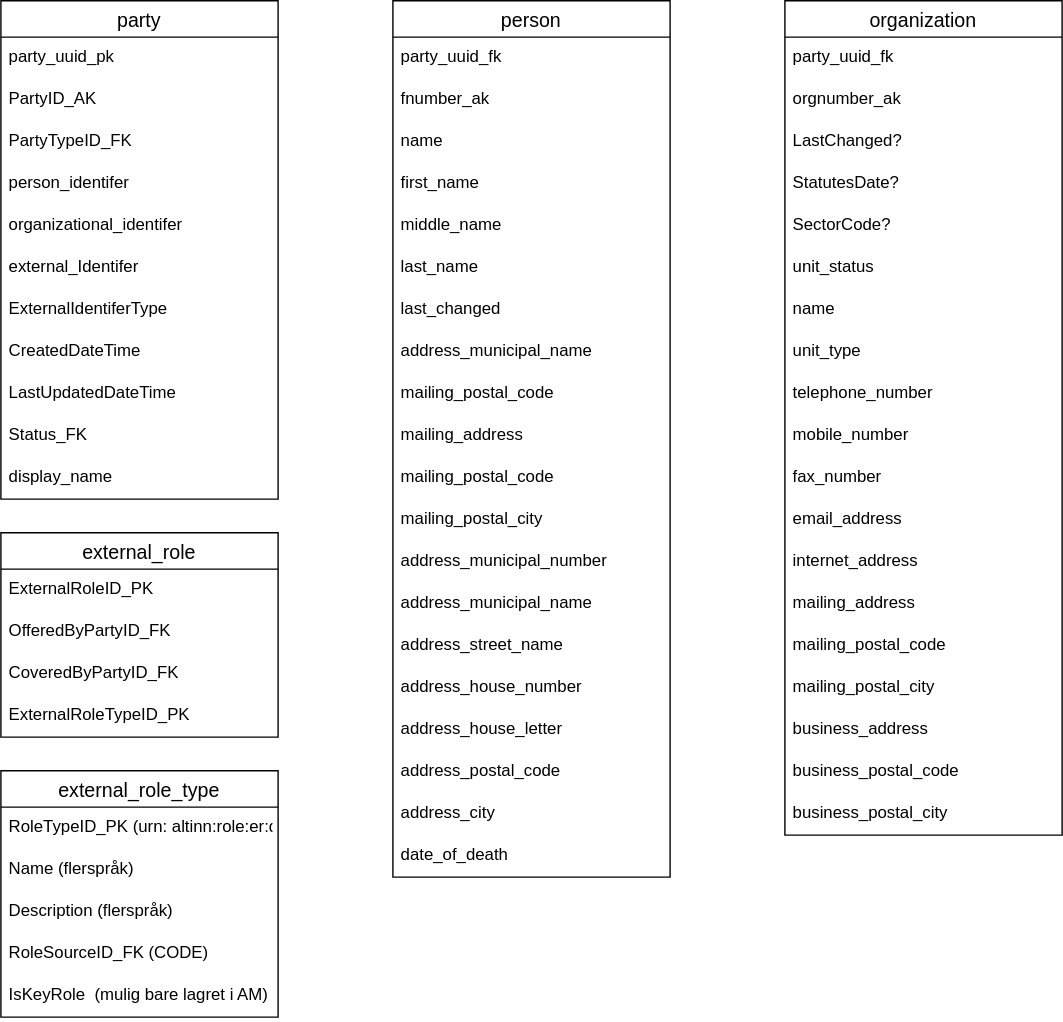
Earlier version of the draw.io export content/technology/solutions/altinn-platform/register/dbdesignaltinn3.drawio.svg (Altinn/altinn-studio-docs). Source tidied: cells renumbered, new cells last; positions are measured from the earlier drawing's top-left corner, leaving out a move shared by most shapes.
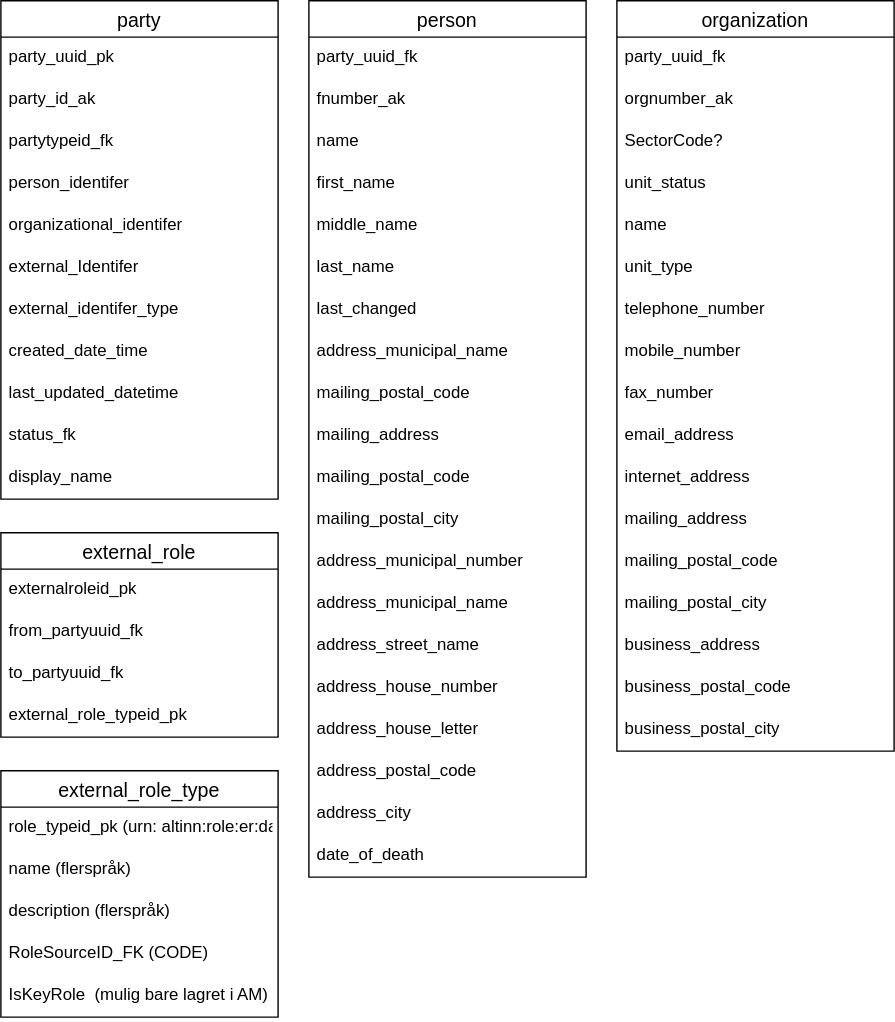
After the change.

Diff of the diagram source:
```diff
@@ -8,10 +8,10 @@
     <mxCell id="3" value="party_uuid_pk" style="text;strokeColor=none;fillColor=none;spacingLeft=4;spacingRight=4;overflow=hidden;fontSize=12;" parent="2" vertex="1">
       <mxGeometry y="26" width="198" height="30" as="geometry" />
     </mxCell>
-    <mxCell id="4" value="PartyID_AK" style="text;strokeColor=none;fillColor=none;spacingLeft=4;spacingRight=4;overflow=hidden;fontSize=12;" parent="2" vertex="1">
+    <mxCell id="4" value="party_id_ak" style="text;strokeColor=none;fillColor=none;spacingLeft=4;spacingRight=4;overflow=hidden;fontSize=12;" parent="2" vertex="1">
       <mxGeometry y="56" width="198" height="30" as="geometry" />
     </mxCell>
-    <mxCell id="5" value="PartyTypeID_FK" style="text;strokeColor=none;fillColor=none;spacingLeft=4;spacingRight=4;overflow=hidden;fontSize=12;" parent="2" vertex="1">
+    <mxCell id="5" value="partytypeid_fk" style="text;strokeColor=none;fillColor=none;spacingLeft=4;spacingRight=4;overflow=hidden;fontSize=12;" parent="2" vertex="1">
       <mxGeometry y="86" width="198" height="30" as="geometry" />
     </mxCell>
     <mxCell id="6" value="person_identifer" style="text;strokeColor=none;fillColor=none;spacingLeft=4;spacingRight=4;overflow=hidden;fontSize=12;" parent="2" vertex="1">
@@ -23,23 +23,23 @@
     <mxCell id="8" value="external_Identifer" style="text;strokeColor=none;fillColor=none;spacingLeft=4;spacingRight=4;overflow=hidden;fontSize=12;" parent="2" vertex="1">
       <mxGeometry y="176" width="198" height="30" as="geometry" />
     </mxCell>
-    <mxCell id="9" value="ExternalIdentiferType" style="text;strokeColor=none;fillColor=none;spacingLeft=4;spacingRight=4;overflow=hidden;fontSize=12;" parent="2" vertex="1">
+    <mxCell id="9" value="external_identifer_type" style="text;strokeColor=none;fillColor=none;spacingLeft=4;spacingRight=4;overflow=hidden;fontSize=12;" parent="2" vertex="1">
       <mxGeometry y="206" width="198" height="30" as="geometry" />
     </mxCell>
-    <mxCell id="10" value="CreatedDateTime" style="text;strokeColor=none;fillColor=none;spacingLeft=4;spacingRight=4;overflow=hidden;fontSize=12;" parent="2" vertex="1">
+    <mxCell id="10" value="created_date_time" style="text;strokeColor=none;fillColor=none;spacingLeft=4;spacingRight=4;overflow=hidden;fontSize=12;" parent="2" vertex="1">
       <mxGeometry y="236" width="198" height="30" as="geometry" />
     </mxCell>
-    <mxCell id="11" value="LastUpdatedDateTime" style="text;strokeColor=none;fillColor=none;spacingLeft=4;spacingRight=4;overflow=hidden;fontSize=12;" parent="2" vertex="1">
+    <mxCell id="11" value="last_updated_datetime" style="text;strokeColor=none;fillColor=none;spacingLeft=4;spacingRight=4;overflow=hidden;fontSize=12;" parent="2" vertex="1">
       <mxGeometry y="266" width="198" height="30" as="geometry" />
     </mxCell>
-    <mxCell id="12" value="Status_FK&#10;" style="text;strokeColor=none;fillColor=none;spacingLeft=4;spacingRight=4;overflow=hidden;fontSize=12;" parent="2" vertex="1">
+    <mxCell id="12" value="status_fk&#10;" style="text;strokeColor=none;fillColor=none;spacingLeft=4;spacingRight=4;overflow=hidden;fontSize=12;" parent="2" vertex="1">
       <mxGeometry y="296" width="198" height="30" as="geometry" />
     </mxCell>
     <mxCell id="13" value="display_name" style="text;strokeColor=none;fillColor=none;spacingLeft=4;spacingRight=4;overflow=hidden;fontSize=12;" parent="2" vertex="1">
       <mxGeometry y="326" width="198" height="30" as="geometry" />
     </mxCell>
     <mxCell id="14" value="person" style="swimlane;fontStyle=0;horizontal=1;startSize=26;align=center;fontSize=14;" parent="1" vertex="1">
-      <mxGeometry x="280" width="198" height="626" as="geometry" />
+      <mxGeometry x="220" width="198" height="626" as="geometry" />
     </mxCell>
     <mxCell id="15" value="party_uuid_fk" style="text;strokeColor=none;fillColor=none;spacingLeft=4;spacingRight=4;overflow=hidden;fontSize=12;" parent="14" vertex="1">
       <mxGeometry y="26" width="198" height="30" as="geometry" />
@@ -102,7 +102,7 @@
       <mxGeometry y="596" width="198" height="30" as="geometry" />
     </mxCell>
     <mxCell id="35" value="organization" style="swimlane;fontStyle=0;horizontal=1;startSize=26;align=center;fontSize=14;" parent="1" vertex="1">
-      <mxGeometry x="560" width="198" height="596" as="geometry" />
+      <mxGeometry x="440" width="198" height="536" as="geometry" />
     </mxCell>
     <mxCell id="36" value="party_uuid_fk" style="text;strokeColor=none;fillColor=none;spacingLeft=4;spacingRight=4;overflow=hidden;fontSize=12;" parent="35" vertex="1">
       <mxGeometry y="26" width="198" height="30" as="geometry" />
@@ -110,82 +110,76 @@
     <mxCell id="37" value="orgnumber_ak" style="text;strokeColor=none;fillColor=none;spacingLeft=4;spacingRight=4;overflow=hidden;fontSize=12;" parent="35" vertex="1">
       <mxGeometry y="56" width="198" height="30" as="geometry" />
     </mxCell>
-    <mxCell id="38" value="LastChanged?" style="text;strokeColor=none;fillColor=none;spacingLeft=4;spacingRight=4;overflow=hidden;fontSize=12;" parent="35" vertex="1">
-      <mxGeometry y="86" width="198" height="30" as="geometry" />
-    </mxCell>
-    <mxCell id="39" value="StatutesDate?" style="text;strokeColor=none;fillColor=none;spacingLeft=4;spacingRight=4;overflow=hidden;fontSize=12;" parent="35" vertex="1">
-      <mxGeometry y="116" width="198" height="30" as="geometry" />
-    </mxCell>
     <mxCell id="40" value="SectorCode?" style="text;strokeColor=none;fillColor=none;spacingLeft=4;spacingRight=4;overflow=hidden;fontSize=12;" parent="35" vertex="1">
-      <mxGeometry y="146" width="198" height="30" as="geometry" />
+      <mxGeometry y="86" width="198" height="30" as="geometry" />
     </mxCell>
     <mxCell id="41" value="unit_status" style="text;strokeColor=none;fillColor=none;spacingLeft=4;spacingRight=4;overflow=hidden;fontSize=12;" parent="35" vertex="1">
-      <mxGeometry y="176" width="198" height="30" as="geometry" />
+      <mxGeometry y="116" width="198" height="30" as="geometry" />
     </mxCell>
     <mxCell id="42" value="name" style="text;strokeColor=none;fillColor=none;spacingLeft=4;spacingRight=4;overflow=hidden;fontSize=12;" parent="35" vertex="1">
-      <mxGeometry y="206" width="198" height="30" as="geometry" />
+      <mxGeometry y="146" width="198" height="30" as="geometry" />
     </mxCell>
     <mxCell id="43" value="unit_type" style="text;strokeColor=none;fillColor=none;spacingLeft=4;spacingRight=4;overflow=hidden;fontSize=12;" parent="35" vertex="1">
-      <mxGeometry y="236" width="198" height="30" as="geometry" />
+      <mxGeometry y="176" width="198" height="30" as="geometry" />
     </mxCell>
     <mxCell id="44" value="telephone_number" style="text;strokeColor=none;fillColor=none;spacingLeft=4;spacingRight=4;overflow=hidden;fontSize=12;" parent="35" vertex="1">
-      <mxGeometry y="266" width="198" height="30" as="geometry" />
+      <mxGeometry y="206" width="198" height="30" as="geometry" />
     </mxCell>
     <mxCell id="45" value="mobile_number" style="text;strokeColor=none;fillColor=none;spacingLeft=4;spacingRight=4;overflow=hidden;fontSize=12;" parent="35" vertex="1">
-      <mxGeometry y="296" width="198" height="30" as="geometry" />
+      <mxGeometry y="236" width="198" height="30" as="geometry" />
     </mxCell>
     <mxCell id="46" value="fax_number" style="text;strokeColor=none;fillColor=none;spacingLeft=4;spacingRight=4;overflow=hidden;fontSize=12;" parent="35" vertex="1">
-      <mxGeometry y="326" width="198" height="30" as="geometry" />
+      <mxGeometry y="266" width="198" height="30" as="geometry" />
     </mxCell>
     <mxCell id="47" value="email_address" style="text;strokeColor=none;fillColor=none;spacingLeft=4;spacingRight=4;overflow=hidden;fontSize=12;" parent="35" vertex="1">
-      <mxGeometry y="356" width="198" height="30" as="geometry" />
+      <mxGeometry y="296" width="198" height="30" as="geometry" />
     </mxCell>
     <mxCell id="48" value="internet_address" style="text;strokeColor=none;fillColor=none;spacingLeft=4;spacingRight=4;overflow=hidden;fontSize=12;" parent="35" vertex="1">
-      <mxGeometry y="386" width="198" height="30" as="geometry" />
+      <mxGeometry y="326" width="198" height="30" as="geometry" />
     </mxCell>
     <mxCell id="49" value="mailing_address " style="text;strokeColor=none;fillColor=none;spacingLeft=4;spacingRight=4;overflow=hidden;fontSize=12;" parent="35" vertex="1">
-      <mxGeometry y="416" width="198" height="30" as="geometry" />
+      <mxGeometry y="356" width="198" height="30" as="geometry" />
     </mxCell>
     <mxCell id="50" value="mailing_postal_code " style="text;strokeColor=none;fillColor=none;spacingLeft=4;spacingRight=4;overflow=hidden;fontSize=12;" parent="35" vertex="1">
-      <mxGeometry y="446" width="198" height="30" as="geometry" />
+      <mxGeometry y="386" width="198" height="30" as="geometry" />
     </mxCell>
     <mxCell id="51" value="mailing_postal_city " style="text;strokeColor=none;fillColor=none;spacingLeft=4;spacingRight=4;overflow=hidden;fontSize=12;" parent="35" vertex="1">
-      <mxGeometry y="476" width="198" height="30" as="geometry" />
+      <mxGeometry y="416" width="198" height="30" as="geometry" />
     </mxCell>
     <mxCell id="52" value="business_address" style="text;strokeColor=none;fillColor=none;spacingLeft=4;spacingRight=4;overflow=hidden;fontSize=12;" parent="35" vertex="1">
-      <mxGeometry y="506" width="198" height="30" as="geometry" />
+      <mxGeometry y="446" width="198" height="30" as="geometry" />
     </mxCell>
     <mxCell id="53" value="business_postal_code" style="text;strokeColor=none;fillColor=none;spacingLeft=4;spacingRight=4;overflow=hidden;fontSize=12;" parent="35" vertex="1">
-      <mxGeometry y="536" width="198" height="30" as="geometry" />
+      <mxGeometry y="476" width="198" height="30" as="geometry" />
     </mxCell>
     <mxCell id="54" value="business_postal_city" style="text;strokeColor=none;fillColor=none;spacingLeft=4;spacingRight=4;overflow=hidden;fontSize=12;" parent="35" vertex="1">
-      <mxGeometry y="566" width="198" height="30" as="geometry" />
+      <mxGeometry y="506" width="198" height="30" as="geometry" />
     </mxCell>
     <mxCell id="55" value="external_role" style="swimlane;fontStyle=0;horizontal=1;startSize=26;align=center;fontSize=14;" parent="1" vertex="1">
       <mxGeometry y="380" width="198" height="146" as="geometry" />
     </mxCell>
-    <mxCell id="56" value="ExternalRoleID_PK" style="text;strokeColor=none;fillColor=none;spacingLeft=4;spacingRight=4;overflow=hidden;fontSize=12;" parent="55" vertex="1">
+    <mxCell id="56" value="externalroleid_pk" style="text;strokeColor=none;fillColor=none;spacingLeft=4;spacingRight=4;overflow=hidden;fontSize=12;" parent="55" vertex="1">
       <mxGeometry y="26" width="198" height="30" as="geometry" />
     </mxCell>
-    <mxCell id="57" value="OfferedByPartyID_FK" style="text;strokeColor=none;fillColor=none;spacingLeft=4;spacingRight=4;overflow=hidden;fontSize=12;" parent="55" vertex="1">
+    <mxCell id="57" value="from_partyuuid_fk" style="text;strokeColor=none;fillColor=none;spacingLeft=4;spacingRight=4;overflow=hidden;fontSize=12;" parent="55" vertex="1">
       <mxGeometry y="56" width="198" height="30" as="geometry" />
     </mxCell>
-    <mxCell id="58" value="CoveredByPartyID_FK" style="text;strokeColor=none;fillColor=none;spacingLeft=4;spacingRight=4;overflow=hidden;fontSize=12;" parent="55" vertex="1">
+    <mxCell id="58" value="to_partyuuid_fk" style="text;strokeColor=none;fillColor=none;spacingLeft=4;spacingRight=4;overflow=hidden;fontSize=12;" parent="55" vertex="1">
       <mxGeometry y="86" width="198" height="30" as="geometry" />
     </mxCell>
-    <mxCell id="59" value="ExternalRoleTypeID_PK" style="text;strokeColor=none;fillColor=none;spacingLeft=4;spacingRight=4;overflow=hidden;fontSize=12;" parent="55" vertex="1">
+    <mxCell id="59" value="external_role_typeid_pk" style="text;strokeColor=none;fillColor=none;spacingLeft=4;spacingRight=4;overflow=hidden;fontSize=12;" parent="55" vertex="1">
       <mxGeometry y="116" width="198" height="30" as="geometry" />
     </mxCell>
     <mxCell id="60" value="external_role_type" style="swimlane;fontStyle=0;horizontal=1;startSize=26;align=center;fontSize=14;" parent="1" vertex="1">
       <mxGeometry y="550" width="198" height="176" as="geometry" />
     </mxCell>
-    <mxCell id="61" value="RoleTypeID_PK (urn: altinn:role:er:dagl)" style="text;strokeColor=none;fillColor=none;spacingLeft=4;spacingRight=4;overflow=hidden;fontSize=12;" parent="60" vertex="1">
+    <mxCell id="61" value="role_typeid_pk (urn: altinn:role:er:dagl)" style="text;strokeColor=none;fillColor=none;spacingLeft=4;spacingRight=4;overflow=hidden;fontSize=12;" parent="60" vertex="1">
       <mxGeometry y="26" width="198" height="30" as="geometry" />
     </mxCell>
-    <mxCell id="62" value="Name (flerspråk)" style="text;strokeColor=none;fillColor=none;spacingLeft=4;spacingRight=4;overflow=hidden;fontSize=12;" parent="60" vertex="1">
+    <mxCell id="62" value="name (flerspråk)" style="text;strokeColor=none;fillColor=none;spacingLeft=4;spacingRight=4;overflow=hidden;fontSize=12;" parent="60" vertex="1">
       <mxGeometry y="56" width="198" height="30" as="geometry" />
     </mxCell>
-    <mxCell id="63" value="Description (flerspråk)" style="text;strokeColor=none;fillColor=none;spacingLeft=4;spacingRight=4;overflow=hidden;fontSize=12;" parent="60" vertex="1">
+    <mxCell id="63" value="description (flerspråk)" style="text;strokeColor=none;fillColor=none;spacingLeft=4;spacingRight=4;overflow=hidden;fontSize=12;" parent="60" vertex="1">
       <mxGeometry y="86" width="198" height="30" as="geometry" />
     </mxCell>
     <mxCell id="64" value="RoleSourceID_FK (CODE)" style="text;strokeColor=none;fillColor=none;spacingLeft=4;spacingRight=4;overflow=hidden;fontSize=12;" parent="60" vertex="1">
```
